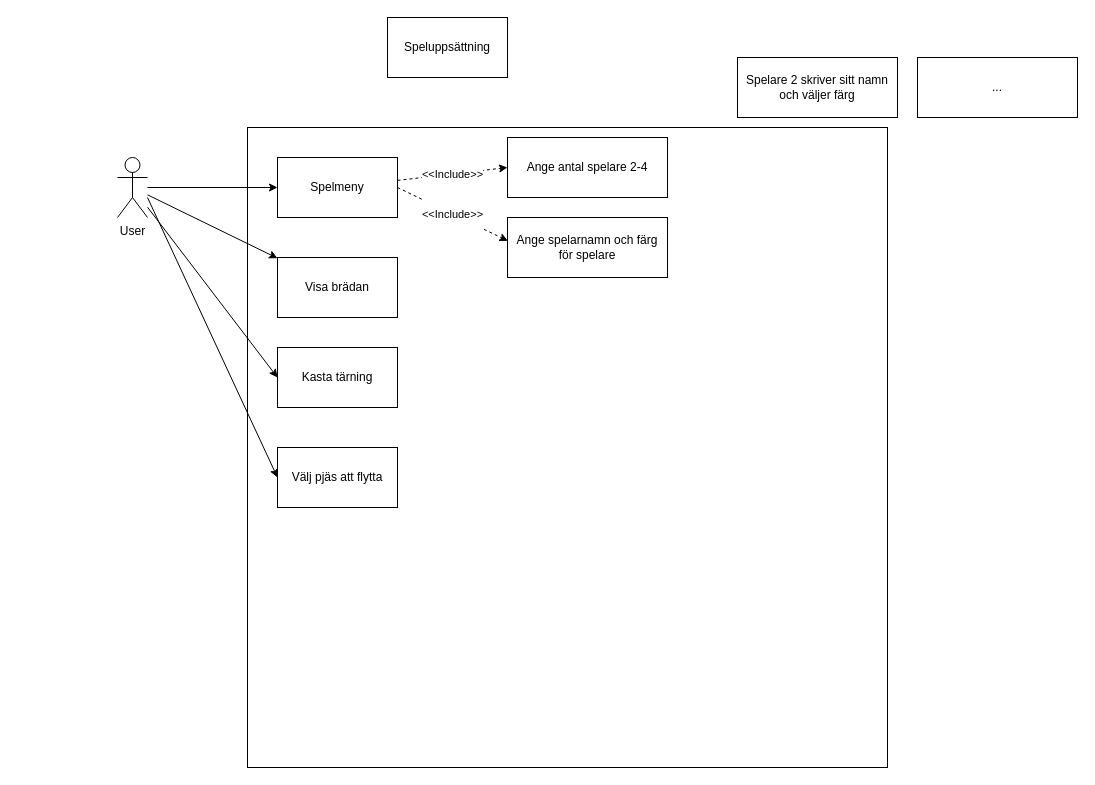
Above: Documentation/UseCaseDiagram.drawio in PGVSNH20/ludo-game-ludo1 (draw.io), before the change. Source tidied: cells renumbered, new cells numbered last; positions are measured from the earlier drawing's top-left corner, leaving out a move shared by most shapes. Both pictures are drawn from the tidied source at 100%, with x=0, y=0 at pixel (117, 17).
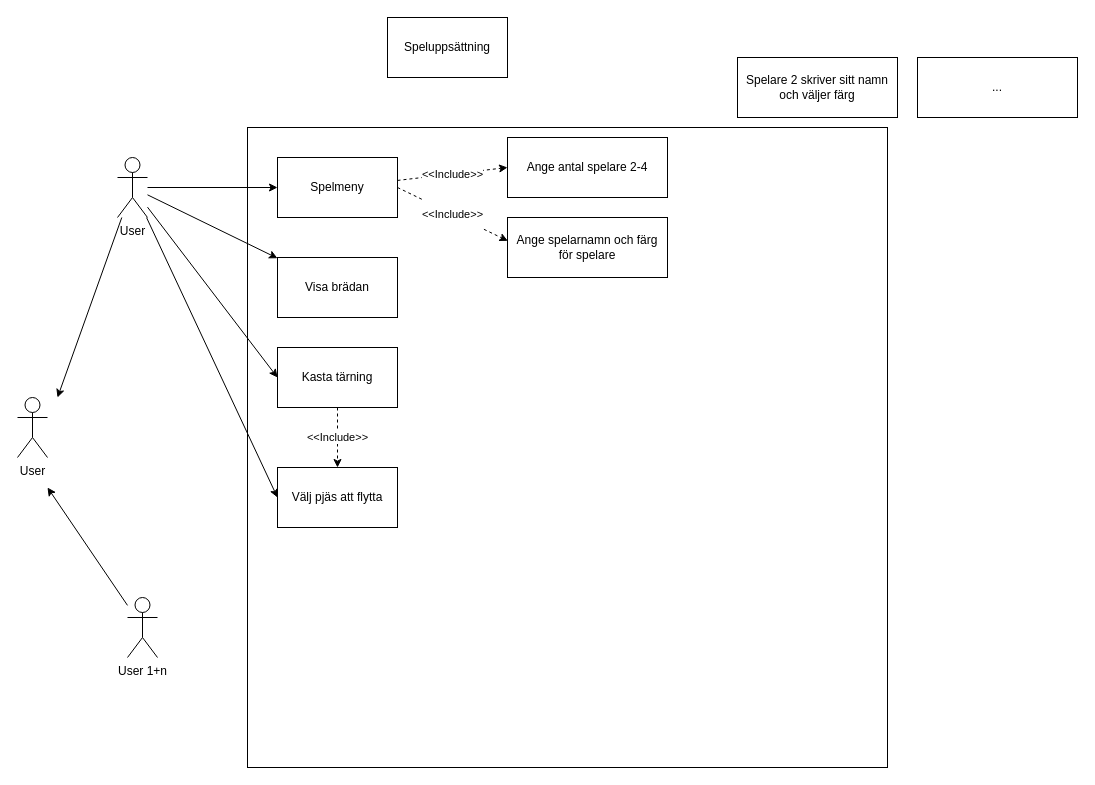
After the change.

Commit message:
Added to User Diagram

The change refers to these unchanged cells:
```xml
<mxCell id="5" value="User" style="shape=umlActor;verticalLabelPosition=bottom;verticalAlign=top;html=1;outlineConnect=0;" parent="1" vertex="1">
  <mxGeometry y="140" width="30" height="60" as="geometry" />
</mxCell>
<mxCell id="17" value="Kasta tärning" style="rounded=0;whiteSpace=wrap;html=1;" parent="1" vertex="1">
  <mxGeometry x="160" y="330" width="120" height="60" as="geometry" />
</mxCell>
```

What changed in the source:
```diff
@@
-    <mxCell id="4" style="rounded=0;jettySize=auto;html=1;entryX=0;entryY=0.5;entryDx=0;entryDy=0;" parent="1" edge="1" target="7">
-      <mxGeometry relative="1" as="geometry">
-        <mxPoint x="30" y="180" as="sourcePoint" />
-      </mxGeometry>
-    </mxCell>
+    <mxCell id="19" style="rounded=0;jettySize=auto;html=1;entryX=0;entryY=0.5;entryDx=0;entryDy=0;" parent="1" edge="1" source="5" target="7">
+      <mxGeometry relative="1" as="geometry" />
+    </mxCell>
+    <mxCell id="20" style="edgeStyle=none;rounded=0;jettySize=auto;html=1;" parent="1" edge="1" source="5">
+      <mxGeometry relative="1" as="geometry">
+        <mxPoint x="-60" y="380" as="targetPoint" />
+      </mxGeometry>
+    </mxCell>
@@
     <mxCell id="7" value="Välj pjäs att flytta" style="rounded=0;whiteSpace=wrap;html=1;" parent="1" vertex="1">
-      <mxGeometry x="160" y="430" width="120" height="60" as="geometry" />
+      <mxGeometry x="160" y="450" width="120" height="60" as="geometry" />
     </mxCell>
@@
+    <mxCell id="21" value="&amp;lt;&amp;lt;Include&amp;gt;&amp;gt;" style="edgeStyle=orthogonalEdgeStyle;rounded=0;jettySize=auto;html=1;entryX=0.5;entryY=0;entryDx=0;entryDy=0;dashed=1;" parent="1" edge="1" source="17" target="7">
+      <mxGeometry relative="1" as="geometry" />
+    </mxCell>
@@
+    <mxCell id="22" style="edgeStyle=none;rounded=0;jettySize=auto;html=1;" parent="1" edge="1" source="23">
+      <mxGeometry relative="1" as="geometry">
+        <mxPoint x="-70" y="470" as="targetPoint" />
+      </mxGeometry>
+    </mxCell>
+    <mxCell id="23" value="User 1+n" style="shape=umlActor;verticalLabelPosition=bottom;verticalAlign=top;html=1;outlineConnect=0;" parent="1" vertex="1">
+      <mxGeometry x="10" y="580" width="30" height="60" as="geometry" />
+    </mxCell>
+    <mxCell id="24" value="User" style="shape=umlActor;verticalLabelPosition=bottom;verticalAlign=top;html=1;" parent="1" vertex="1">
+      <mxGeometry x="-100" y="380" width="30" height="60" as="geometry" />
+    </mxCell>
```
